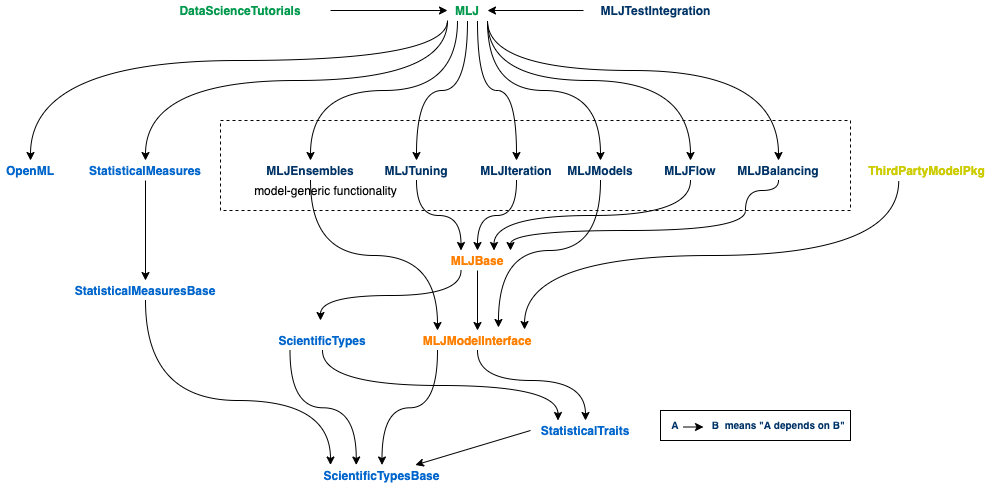
This is material/MLJ_stack.png from JuliaAI/MLJ.jl, a draw.io export, as it was before one commit. Source tidied: cells renumbered, new cells last; positions are measured from the earlier drawing's top-left corner, leaving out a move shared by most shapes.
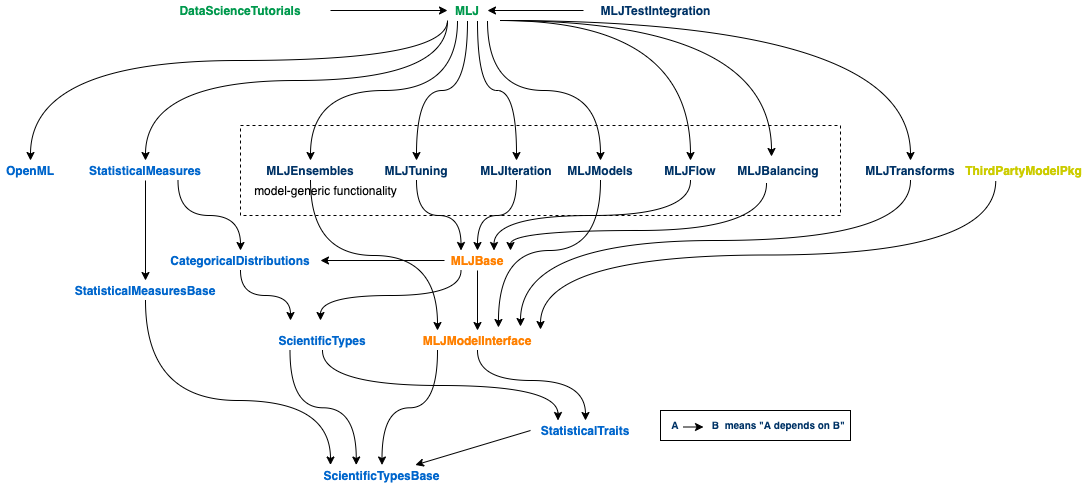
The same file after the commit.

Commit message:
update dependency graph

The edit, as a diff of the source:
```diff
@@ -3,7 +3,7 @@
     <mxCell id="0" />
     <mxCell id="1" parent="0" />
     <mxCell id="2" style="rounded=0;whiteSpace=wrap;html=1;fillColor=none;dashed=1;strokeColor=#000000;" parent="1" vertex="1">
-      <mxGeometry x="220" y="120" width="630" height="90" as="geometry" />
+      <mxGeometry x="240" y="125" width="600" height="90" as="geometry" />
     </mxCell>
     <mxCell id="3" value="&lt;b&gt;&lt;font color=&quot;#ff8000&quot;&gt;MLJModelInterface&lt;/font&gt;&lt;/b&gt;" style="text;html=1;strokeColor=none;fillColor=none;align=center;verticalAlign=middle;whiteSpace=wrap;rounded=0;comic=1;" parent="1" vertex="1">
       <mxGeometry x="397" y="330" width="160" height="20" as="geometry" />
@@ -25,6 +25,11 @@
         <mxPoint x="320" y="320" as="targetPoint" />
       </mxGeometry>
     </mxCell>
+    <mxCell id="54" style="edgeStyle=orthogonalEdgeStyle;curved=1;rounded=0;jettySize=auto;html=1;exitX=0;exitY=0.5;exitDx=0;exitDy=0;" parent="1" edge="1" source="9">
+      <mxGeometry relative="1" as="geometry">
+        <mxPoint x="320" y="260" as="targetPoint" />
+      </mxGeometry>
+    </mxCell>
     <mxCell id="9" value="&lt;b&gt;&lt;font color=&quot;#ff8000&quot;&gt;MLJBase&lt;/font&gt;&lt;/b&gt;" style="text;html=1;strokeColor=none;fillColor=none;align=center;verticalAlign=middle;whiteSpace=wrap;rounded=0;comic=1;" parent="1" vertex="1">
       <mxGeometry x="444" y="250" width="66" height="20" as="geometry" />
     </mxCell>
@@ -40,11 +45,13 @@
     <mxCell id="13" value="&lt;b&gt;&lt;font color=&quot;#003366&quot;&gt;MLJIteration&lt;br&gt;&lt;/font&gt;&lt;/b&gt;" style="text;html=1;strokeColor=none;fillColor=none;align=center;verticalAlign=middle;whiteSpace=wrap;rounded=0;comic=1;" parent="1" vertex="1">
       <mxGeometry x="466" y="160" width="100" height="20" as="geometry" />
     </mxCell>
-    <mxCell id="14" style="edgeStyle=orthogonalEdgeStyle;curved=1;rounded=0;jettySize=auto;html=1;exitX=0.25;exitY=1;exitDx=0;exitDy=0;entryX=0.794;entryY=-0.05;entryDx=0;entryDy=0;entryPerimeter=0;" parent="1" edge="1" source="15" target="3">
-      <mxGeometry relative="1" as="geometry" />
+    <mxCell id="14" style="edgeStyle=orthogonalEdgeStyle;curved=1;rounded=0;jettySize=auto;html=1;exitX=0.25;exitY=1;exitDx=0;exitDy=0;" parent="1" edge="1" source="15">
+      <mxGeometry relative="1" as="geometry">
+        <mxPoint x="540" y="329" as="targetPoint" />
+      </mxGeometry>
     </mxCell>
     <mxCell id="15" value="&lt;b&gt;&lt;font color=&quot;#cccc00&quot;&gt;ThirdPartyModelPkg&lt;/font&gt;&lt;/b&gt;" style="text;html=1;strokeColor=none;fillColor=none;align=center;verticalAlign=middle;whiteSpace=wrap;rounded=0;comic=1;" parent="1" vertex="1">
-      <mxGeometry x="870" y="160" width="113" height="20" as="geometry" />
+      <mxGeometry x="967" y="160" width="113" height="20" as="geometry" />
     </mxCell>
     <mxCell id="16" style="edgeStyle=orthogonalEdgeStyle;curved=1;rounded=0;jettySize=auto;html=1;exitX=0.5;exitY=1;exitDx=0;exitDy=0;entryX=0.5;entryY=0;entryDx=0;entryDy=0;" parent="1" edge="1" source="24" target="11">
       <mxGeometry relative="1" as="geometry" />
@@ -74,22 +81,6 @@
         </Array>
       </mxGeometry>
     </mxCell>
-    <mxCell id="22" style="edgeStyle=orthogonalEdgeStyle;curved=1;rounded=0;jettySize=auto;html=1;exitX=1;exitY=1;exitDx=0;exitDy=0;" parent="1" edge="1" source="24" target="50">
-      <mxGeometry relative="1" as="geometry">
-        <Array as="points">
-          <mxPoint x="487" y="80" />
-          <mxPoint x="690" y="80" />
-        </Array>
-      </mxGeometry>
-    </mxCell>
-    <mxCell id="23" style="edgeStyle=orthogonalEdgeStyle;curved=1;rounded=0;jettySize=auto;html=1;exitX=1;exitY=1;exitDx=0;exitDy=0;entryX=0.5;entryY=0;entryDx=0;entryDy=0;" parent="1" edge="1" source="24" target="52">
-      <mxGeometry relative="1" as="geometry">
-        <Array as="points">
-          <mxPoint x="487" y="70" />
-          <mxPoint x="778" y="70" />
-        </Array>
-      </mxGeometry>
-    </mxCell>
     <mxCell id="24" value="&lt;b&gt;&lt;font color=&quot;#00994d&quot;&gt;MLJ&lt;/font&gt;&lt;/b&gt;" style="text;html=1;strokeColor=none;fillColor=none;align=center;verticalAlign=middle;whiteSpace=wrap;rounded=0;comic=1;" parent="1" vertex="1">
       <mxGeometry x="447" width="40" height="20" as="geometry" />
     </mxCell>
@@ -105,6 +96,9 @@
     <mxCell id="26" style="edgeStyle=orthogonalEdgeStyle;rounded=0;jettySize=auto;html=1;exitX=0.5;exitY=1;exitDx=0;exitDy=0;entryX=0.5;entryY=0;entryDx=0;entryDy=0;" parent="1" edge="1" source="27" target="53">
       <mxGeometry relative="1" as="geometry" />
     </mxCell>
+    <mxCell id="55" style="edgeStyle=orthogonalEdgeStyle;rounded=0;jettySize=auto;html=1;exitX=0.75;exitY=1;exitDx=0;exitDy=0;curved=1;" parent="1" edge="1" source="27" target="57">
+      <mxGeometry relative="1" as="geometry" />
+    </mxCell>
     <mxCell id="27" value="&lt;b&gt;&lt;font color=&quot;#0066cc&quot;&gt;StatisticalMeasures&lt;/font&gt;&lt;/b&gt;" style="text;html=1;strokeColor=none;fillColor=none;align=center;verticalAlign=middle;whiteSpace=wrap;rounded=0;comic=1;" parent="1" vertex="1">
       <mxGeometry x="80" y="160" width="130" height="20" as="geometry" />
     </mxCell>
@@ -190,21 +184,54 @@
     <mxCell id="50" value="&lt;b&gt;&lt;font color=&quot;#003366&quot;&gt;MLJFlow&lt;/font&gt;&lt;/b&gt;" style="text;html=1;strokeColor=none;fillColor=none;align=center;verticalAlign=middle;whiteSpace=wrap;rounded=0;comic=1;" parent="1" vertex="1">
       <mxGeometry x="640" y="160" width="100" height="20" as="geometry" />
     </mxCell>
-    <mxCell id="51" style="edgeStyle=orthogonalEdgeStyle;curved=1;rounded=0;jettySize=auto;html=1;entryX=1;entryY=0;entryDx=0;entryDy=0;exitX=0.5;exitY=1;exitDx=0;exitDy=0;" parent="1" edge="1" source="52" target="9">
-      <mxGeometry relative="1" as="geometry">
-        <Array as="points">
-          <mxPoint x="778" y="190" />
-          <mxPoint x="745" y="190" />
-          <mxPoint x="745" y="230" />
-          <mxPoint x="510" y="230" />
-        </Array>
-      </mxGeometry>
-    </mxCell>
     <mxCell id="52" value="&lt;b&gt;&lt;font color=&quot;#003366&quot;&gt;MLJBalancing&lt;/font&gt;&lt;/b&gt;" style="text;html=1;strokeColor=none;fillColor=none;align=center;verticalAlign=middle;whiteSpace=wrap;rounded=0;comic=1;" parent="1" vertex="1">
       <mxGeometry x="728" y="160" width="100" height="20" as="geometry" />
     </mxCell>
     <mxCell id="53" value="&lt;b&gt;&lt;font color=&quot;#0066cc&quot;&gt;StatisticalMeasuresBase&lt;br&gt;&lt;/font&gt;&lt;/b&gt;" style="text;html=1;strokeColor=none;fillColor=none;align=center;verticalAlign=middle;whiteSpace=wrap;rounded=0;comic=1;" parent="1" vertex="1">
       <mxGeometry x="80" y="280" width="130" height="20" as="geometry" />
     </mxCell>
+    <mxCell id="56" style="edgeStyle=orthogonalEdgeStyle;curved=1;rounded=0;jettySize=auto;html=1;exitX=0.5;exitY=1;exitDx=0;exitDy=0;" parent="1" edge="1" source="57">
+      <mxGeometry relative="1" as="geometry">
+        <mxPoint x="290" y="320" as="targetPoint" />
+      </mxGeometry>
+    </mxCell>
+    <mxCell id="57" value="&lt;b&gt;&lt;font color=&quot;#0066cc&quot;&gt;CategoricalDistributions&lt;br&gt;&lt;/font&gt;&lt;/b&gt;" style="text;html=1;strokeColor=none;fillColor=none;align=center;verticalAlign=middle;whiteSpace=wrap;rounded=0;comic=1;" parent="1" vertex="1">
+      <mxGeometry x="175" y="250" width="130" height="20" as="geometry" />
+    </mxCell>
+    <mxCell id="58" style="endArrow=classic;html=1;edgeStyle=orthogonalEdgeStyle;curved=1;entryX=0.5;entryY=0;entryDx=0;entryDy=0;" parent="1" edge="1" target="50">
+      <mxGeometry relative="1" as="geometry">
+        <mxPoint x="500" y="20" as="sourcePoint" />
+      </mxGeometry>
+    </mxCell>
+    <mxCell id="59" style="endArrow=classic;html=1;entryX=0.43;entryY=-0.2;entryDx=0;entryDy=0;entryPerimeter=0;edgeStyle=orthogonalEdgeStyle;curved=1;" parent="1" edge="1" target="52">
+      <mxGeometry relative="1" as="geometry">
+        <mxPoint x="500" y="20" as="sourcePoint" />
+      </mxGeometry>
+    </mxCell>
+    <mxCell id="60" value="&lt;b&gt;&lt;font color=&quot;#003366&quot;&gt;MLJTransforms&lt;/font&gt;&lt;/b&gt;" style="text;html=1;strokeColor=none;fillColor=none;align=center;verticalAlign=middle;whiteSpace=wrap;rounded=0;comic=1;" parent="1" vertex="1">
+      <mxGeometry x="860" y="160" width="100" height="20" as="geometry" />
+    </mxCell>
+    <mxCell id="61" style="endArrow=classic;html=1;entryX=0.5;entryY=0;entryDx=0;entryDy=0;edgeStyle=orthogonalEdgeStyle;curved=1;" parent="1" edge="1" target="60">
+      <mxGeometry relative="1" as="geometry">
+        <mxPoint x="500" y="20" as="sourcePoint" />
+      </mxGeometry>
+    </mxCell>
+    <mxCell id="62" style="endArrow=classic;html=1;exitX=0.5;exitY=1;exitDx=0;exitDy=0;edgeStyle=orthogonalEdgeStyle;curved=1;" parent="1" edge="1" source="60">
+      <mxGeometry relative="1" as="geometry">
+        <mxPoint x="520" y="326" as="targetPoint" />
+        <Array as="points">
+          <mxPoint x="910" y="240" />
+          <mxPoint x="520" y="240" />
+        </Array>
+      </mxGeometry>
+    </mxCell>
+    <mxCell id="51" style="endArrow=classic;html=1;exitX=0.38;exitY=1.15;exitDx=0;exitDy=0;exitPerimeter=0;entryX=1;entryY=0;entryDx=0;entryDy=0;edgeStyle=orthogonalEdgeStyle;curved=1;" parent="1" edge="1" source="52" target="9">
+      <mxGeometry relative="1" as="geometry">
+        <Array as="points">
+          <mxPoint x="766" y="230" />
+          <mxPoint x="510" y="230" />
+        </Array>
+      </mxGeometry>
+    </mxCell>
   </root>
 </mxGraphModel>
```
